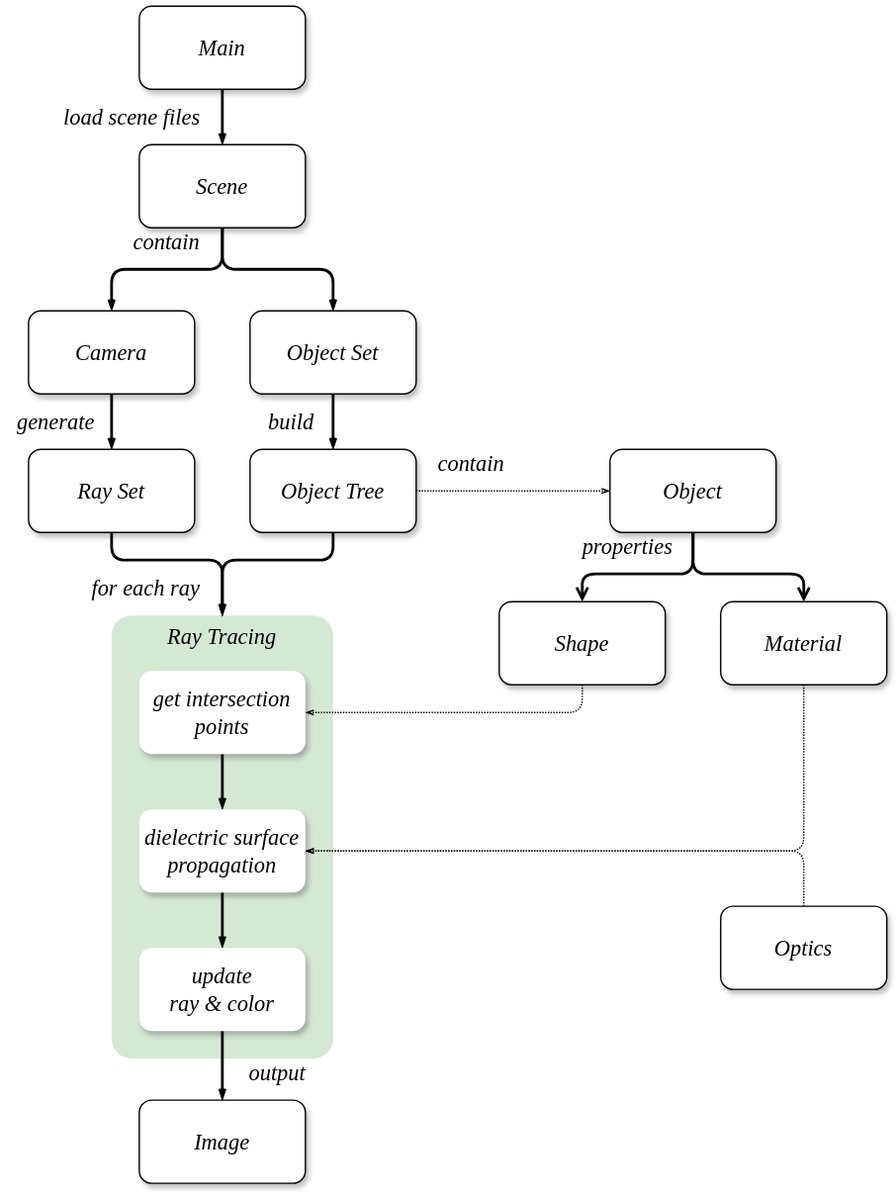
Above: docs/assets/system2.svg in Algo2147483647/Ray (draw.io), before the change. Source tidied: cells renumbered, new cells last; positions are measured from the earlier drawing's top-left corner, leaving out a move shared by most shapes.
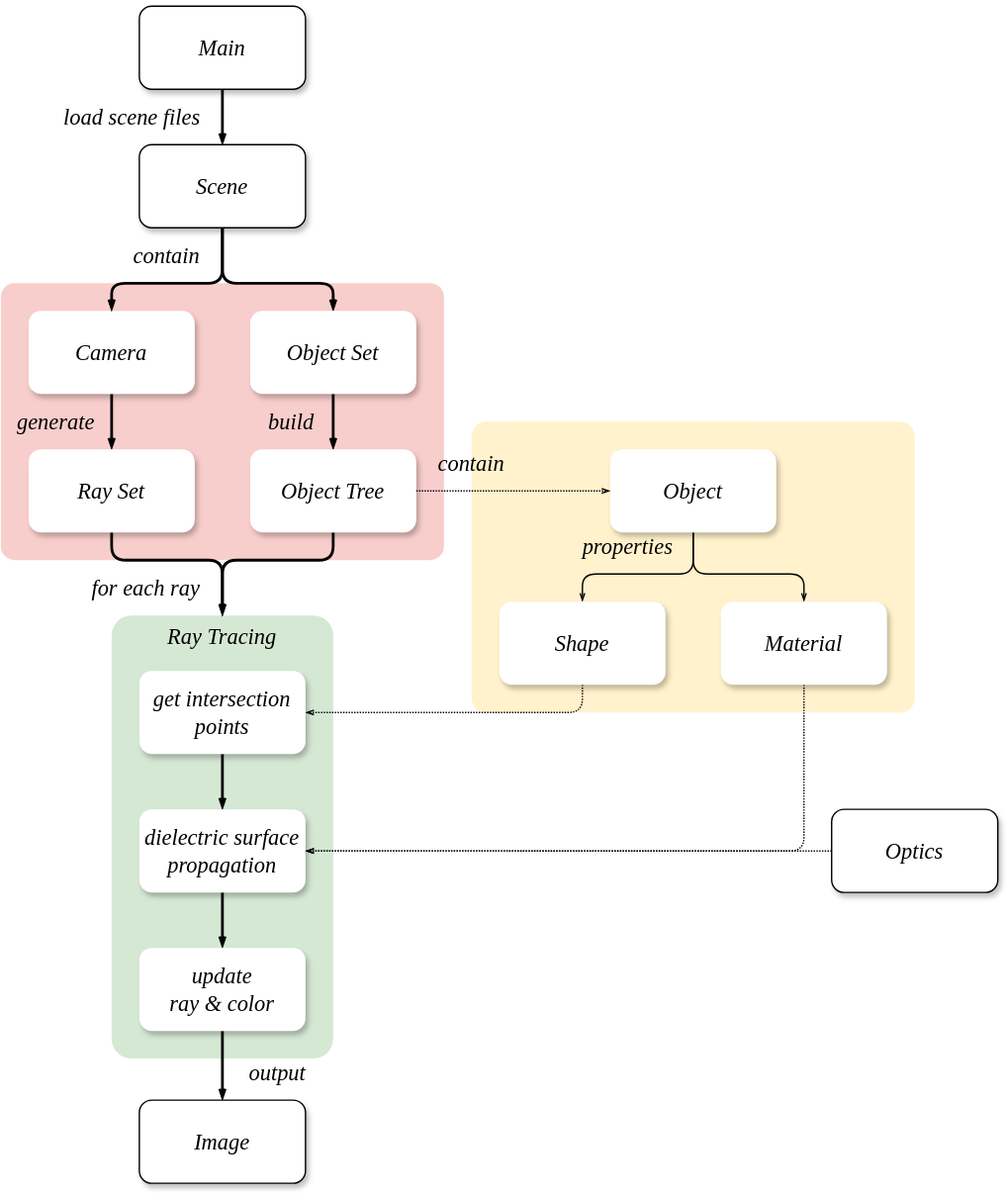
Above is the later version.

Diff of the diagram source:
```diff
@@ -2,10 +2,16 @@
   <root>
     <mxCell id="0" />
     <mxCell id="1" parent="0" />
+    <mxCell id="42" style="rounded=1;whiteSpace=wrap;html=1;strokeWidth=2;fontFamily=Times New Roman;fontStyle=2;fontSize=16;fillColor=#f8cecc;strokeColor=none;arcSize=5;" parent="1" vertex="1">
+      <mxGeometry y="200" width="320" height="200" as="geometry" />
+    </mxCell>
+    <mxCell id="43" style="rounded=1;whiteSpace=wrap;html=1;strokeWidth=2;fontFamily=Times New Roman;fontStyle=2;fontSize=16;fillColor=#fff2cc;strokeColor=none;arcSize=5;" parent="1" vertex="1">
+      <mxGeometry x="340" y="300" width="320" height="210" as="geometry" />
+    </mxCell>
     <mxCell id="2" style="rounded=1;whiteSpace=wrap;html=1;strokeWidth=2;fontFamily=Times New Roman;fontStyle=2;fontSize=16;fillColor=#d5e8d4;strokeColor=none;arcSize=9;" parent="1" vertex="1">
       <mxGeometry x="80" y="440" width="160" height="320" as="geometry" />
     </mxCell>
-    <mxCell id="3" style="edgeStyle=orthogonalEdgeStyle;shape=connector;curved=0;rounded=1;jettySize=auto;html=1;strokeColor=default;strokeWidth=2;align=center;verticalAlign=middle;fontFamily=Helvetica;fontSize=11;fontColor=default;labelBackgroundColor=default;endArrow=open;endFill=0;" parent="1" edge="1" source="5" target="7">
+    <mxCell id="3" style="edgeStyle=orthogonalEdgeStyle;shape=connector;curved=0;rounded=1;jettySize=auto;html=1;strokeColor=default;strokeWidth=1;align=center;verticalAlign=middle;fontFamily=Helvetica;fontSize=11;fontColor=default;labelBackgroundColor=default;endArrow=openThin;endFill=0;endSize=4;" parent="1" edge="1" source="5" target="7">
       <mxGeometry relative="1" as="geometry">
         <Array as="points">
           <mxPoint x="500" y="410" />
@@ -13,7 +19,7 @@
         </Array>
       </mxGeometry>
     </mxCell>
-    <mxCell id="4" style="edgeStyle=orthogonalEdgeStyle;shape=connector;curved=0;rounded=1;jettySize=auto;html=1;strokeColor=default;strokeWidth=2;align=center;verticalAlign=middle;fontFamily=Helvetica;fontSize=11;fontColor=default;labelBackgroundColor=default;endArrow=open;endFill=0;" parent="1" edge="1" source="5" target="10">
+    <mxCell id="4" style="edgeStyle=orthogonalEdgeStyle;shape=connector;curved=0;rounded=1;jettySize=auto;html=1;strokeColor=default;strokeWidth=1;align=center;verticalAlign=middle;fontFamily=Helvetica;fontSize=11;fontColor=default;labelBackgroundColor=default;endArrow=openThin;endFill=0;endSize=4;" parent="1" edge="1" source="5" target="10">
       <mxGeometry relative="1" as="geometry">
         <Array as="points">
           <mxPoint x="500" y="410" />
@@ -21,7 +27,7 @@
         </Array>
       </mxGeometry>
     </mxCell>
-    <mxCell id="5" value="Object" style="rounded=1;whiteSpace=wrap;html=1;strokeWidth=1;fontFamily=Times New Roman;fontStyle=2;fontSize=16;shadow=1;" parent="1" vertex="1">
+    <mxCell id="5" value="Object" style="rounded=1;whiteSpace=wrap;html=1;strokeWidth=1;fontFamily=Times New Roman;fontStyle=2;fontSize=16;shadow=1;strokeColor=none;" parent="1" vertex="1">
       <mxGeometry x="440" y="320" width="120" height="60" as="geometry" />
     </mxCell>
     <mxCell id="6" style="edgeStyle=orthogonalEdgeStyle;shape=connector;curved=0;rounded=1;jettySize=auto;html=1;entryX=1;entryY=0.5;entryDx=0;entryDy=0;strokeColor=default;strokeWidth=1;align=center;verticalAlign=middle;fontFamily=Helvetica;fontSize=11;fontColor=default;labelBackgroundColor=default;endArrow=openThin;endFill=0;dashed=1;dashPattern=1 1;endSize=4;" parent="1" edge="1" source="7" target="29">
@@ -31,7 +37,7 @@
         </Array>
       </mxGeometry>
     </mxCell>
-    <mxCell id="7" value="Material" style="rounded=1;whiteSpace=wrap;html=1;strokeWidth=1;fontFamily=Times New Roman;fontStyle=2;fontSize=16;shadow=1;" parent="1" vertex="1">
+    <mxCell id="7" value="Material" style="rounded=1;whiteSpace=wrap;html=1;strokeWidth=1;fontFamily=Times New Roman;fontStyle=2;fontSize=16;shadow=1;strokeColor=none;" parent="1" vertex="1">
       <mxGeometry x="520" y="430" width="120" height="60" as="geometry" />
     </mxCell>
     <mxCell id="8" value="&lt;span style=&quot;color: rgb(0, 0, 0); font-family: &amp;quot;Times New Roman&amp;quot;; font-size: 16px; font-style: italic; font-variant-ligatures: normal; font-variant-caps: normal; font-weight: 400; letter-spacing: normal; orphans: 2; text-indent: 0px; text-transform: none; widows: 2; word-spacing: 0px; -webkit-text-stroke-width: 0px; white-space: normal; text-decoration-thickness: initial; text-decoration-style: initial; text-decoration-color: initial; float: none; display: inline !important;&quot;&gt;properties&lt;/span&gt;" style="text;whiteSpace=wrap;html=1;fontFamily=Helvetica;fontSize=11;fontColor=default;labelBackgroundColor=none;align=center;verticalAlign=middle;" parent="1" vertex="1">
@@ -44,20 +50,30 @@
         </Array>
       </mxGeometry>
     </mxCell>
-    <mxCell id="10" value="Shape" style="rounded=1;whiteSpace=wrap;html=1;strokeWidth=1;fontFamily=Times New Roman;fontStyle=2;fontSize=16;shadow=1;" parent="1" vertex="1">
+    <mxCell id="10" value="Shape" style="rounded=1;whiteSpace=wrap;html=1;strokeWidth=1;fontFamily=Times New Roman;fontStyle=2;fontSize=16;shadow=1;strokeColor=none;" parent="1" vertex="1">
       <mxGeometry x="360" y="430" width="120" height="60" as="geometry" />
     </mxCell>
     <mxCell id="11" style="edgeStyle=orthogonalEdgeStyle;shape=connector;curved=0;rounded=1;jettySize=auto;html=1;strokeColor=default;strokeWidth=2;align=center;verticalAlign=middle;fontFamily=Helvetica;fontSize=11;fontColor=default;labelBackgroundColor=default;endArrow=openThin;endFill=0;endSize=4;" parent="1" edge="1" source="12" target="19">
       <mxGeometry relative="1" as="geometry" />
     </mxCell>
-    <mxCell id="12" value="Camera" style="rounded=1;whiteSpace=wrap;html=1;strokeWidth=1;fontFamily=Times New Roman;fontStyle=2;fontSize=16;shadow=1;" parent="1" vertex="1">
+    <mxCell id="12" value="Camera" style="rounded=1;whiteSpace=wrap;html=1;strokeWidth=1;fontFamily=Times New Roman;fontStyle=2;fontSize=16;shadow=1;strokeColor=none;" parent="1" vertex="1">
       <mxGeometry x="20" y="220" width="120" height="60" as="geometry" />
     </mxCell>
     <mxCell id="13" style="edgeStyle=orthogonalEdgeStyle;shape=connector;curved=0;rounded=1;jettySize=auto;html=1;strokeColor=default;strokeWidth=2;align=center;verticalAlign=middle;fontFamily=Helvetica;fontSize=11;fontColor=default;labelBackgroundColor=default;endArrow=openThin;endFill=0;endSize=4;" parent="1" edge="1" source="15" target="12">
-      <mxGeometry relative="1" as="geometry" />
+      <mxGeometry relative="1" as="geometry">
+        <Array as="points">
+          <mxPoint x="160" y="200" />
+          <mxPoint x="80" y="200" />
+        </Array>
+      </mxGeometry>
     </mxCell>
     <mxCell id="14" style="edgeStyle=orthogonalEdgeStyle;shape=connector;curved=0;rounded=1;jettySize=auto;html=1;strokeColor=default;strokeWidth=2;align=center;verticalAlign=middle;fontFamily=Helvetica;fontSize=11;fontColor=default;labelBackgroundColor=default;endArrow=openThin;endFill=0;endSize=4;" parent="1" edge="1" source="15" target="17">
-      <mxGeometry relative="1" as="geometry" />
+      <mxGeometry relative="1" as="geometry">
+        <Array as="points">
+          <mxPoint x="160" y="200" />
+          <mxPoint x="240" y="200" />
+        </Array>
+      </mxGeometry>
     </mxCell>
     <mxCell id="15" value="Scene" style="rounded=1;whiteSpace=wrap;html=1;strokeWidth=1;fontFamily=Times New Roman;fontStyle=2;fontSize=16;shadow=1;" parent="1" vertex="1">
       <mxGeometry x="100" y="100" width="120" height="60" as="geometry" />
@@ -65,7 +81,7 @@
     <mxCell id="16" style="edgeStyle=orthogonalEdgeStyle;shape=connector;curved=0;rounded=1;jettySize=auto;html=1;strokeColor=default;strokeWidth=2;align=center;verticalAlign=middle;fontFamily=Helvetica;fontSize=11;fontColor=default;labelBackgroundColor=default;endArrow=openThin;endFill=0;endSize=4;" parent="1" edge="1" source="17" target="23">
       <mxGeometry relative="1" as="geometry" />
     </mxCell>
-    <mxCell id="17" value="Object Set" style="rounded=1;whiteSpace=wrap;html=1;strokeWidth=1;fontFamily=Times New Roman;fontStyle=2;fontSize=16;shadow=1;" parent="1" vertex="1">
+    <mxCell id="17" value="Object Set" style="rounded=1;whiteSpace=wrap;html=1;strokeWidth=1;fontFamily=Times New Roman;fontStyle=2;fontSize=16;shadow=1;strokeColor=none;" parent="1" vertex="1">
       <mxGeometry x="180" y="220" width="120" height="60" as="geometry" />
     </mxCell>
     <mxCell id="18" style="edgeStyle=orthogonalEdgeStyle;shape=connector;curved=0;rounded=1;jettySize=auto;html=1;strokeColor=default;strokeWidth=2;align=center;verticalAlign=middle;fontFamily=Helvetica;fontSize=11;fontColor=default;labelBackgroundColor=default;endArrow=openThin;endFill=0;endSize=4;" parent="1" edge="1" source="19" target="2">
@@ -76,7 +92,7 @@
         </Array>
       </mxGeometry>
     </mxCell>
-    <mxCell id="19" value="Ray Set" style="rounded=1;whiteSpace=wrap;html=1;strokeWidth=1;fontFamily=Times New Roman;fontStyle=2;fontSize=16;shadow=1;" parent="1" vertex="1">
+    <mxCell id="19" value="Ray Set" style="rounded=1;whiteSpace=wrap;html=1;strokeWidth=1;fontFamily=Times New Roman;fontStyle=2;fontSize=16;shadow=1;strokeColor=none;" parent="1" vertex="1">
       <mxGeometry x="20" y="320" width="120" height="60" as="geometry" />
     </mxCell>
     <mxCell id="20" value="&lt;span style=&quot;color: rgb(0, 0, 0); font-family: &amp;quot;Times New Roman&amp;quot;; font-size: 16px; font-style: italic; font-variant-ligatures: normal; font-variant-caps: normal; font-weight: 400; letter-spacing: normal; orphans: 2; text-indent: 0px; text-transform: none; widows: 2; word-spacing: 0px; -webkit-text-stroke-width: 0px; white-space: normal; text-decoration-thickness: initial; text-decoration-style: initial; text-decoration-color: initial; float: none; display: inline !important;&quot;&gt;generate&lt;/span&gt;" style="text;whiteSpace=wrap;html=1;fontFamily=Helvetica;fontSize=11;fontColor=default;labelBackgroundColor=none;align=center;verticalAlign=middle;" parent="1" vertex="1">
@@ -93,7 +109,7 @@
     <mxCell id="22" style="edgeStyle=orthogonalEdgeStyle;shape=connector;curved=0;rounded=1;jettySize=auto;html=1;dashed=1;dashPattern=1 1;strokeColor=default;strokeWidth=1;align=center;verticalAlign=middle;fontFamily=Helvetica;fontSize=11;fontColor=default;labelBackgroundColor=default;endArrow=openThin;endFill=0;endSize=4;" parent="1" edge="1" source="23" target="5">
       <mxGeometry relative="1" as="geometry" />
     </mxCell>
-    <mxCell id="23" value="Object Tree" style="rounded=1;whiteSpace=wrap;html=1;strokeWidth=1;fontFamily=Times New Roman;fontStyle=2;fontSize=16;shadow=1;" parent="1" vertex="1">
+    <mxCell id="23" value="Object Tree" style="rounded=1;whiteSpace=wrap;html=1;strokeWidth=1;fontFamily=Times New Roman;fontStyle=2;fontSize=16;shadow=1;strokeColor=none;" parent="1" vertex="1">
       <mxGeometry x="180" y="320" width="120" height="60" as="geometry" />
     </mxCell>
     <mxCell id="24" value="&lt;span style=&quot;color: rgb(0, 0, 0); font-family: &amp;quot;Times New Roman&amp;quot;; font-size: 16px; font-style: italic; font-variant-ligatures: normal; font-variant-caps: normal; font-weight: 400; letter-spacing: normal; orphans: 2; text-indent: 0px; text-transform: none; widows: 2; word-spacing: 0px; -webkit-text-stroke-width: 0px; white-space: normal; text-decoration-thickness: initial; text-decoration-style: initial; text-decoration-color: initial; float: none; display: inline !important;&quot;&gt;build&lt;/span&gt;" style="text;whiteSpace=wrap;html=1;fontFamily=Helvetica;fontSize=11;fontColor=default;labelBackgroundColor=none;align=center;verticalAlign=middle;" parent="1" vertex="1">
@@ -115,7 +131,7 @@
       <mxGeometry x="100" y="580" width="120" height="60" as="geometry" />
     </mxCell>
     <mxCell id="30" value="&lt;span style=&quot;color: rgb(0, 0, 0); font-family: &amp;quot;Times New Roman&amp;quot;; font-size: 16px; font-style: italic; font-variant-ligatures: normal; font-variant-caps: normal; font-weight: 400; letter-spacing: normal; orphans: 2; text-indent: 0px; text-transform: none; widows: 2; word-spacing: 0px; -webkit-text-stroke-width: 0px; white-space: normal; text-decoration-thickness: initial; text-decoration-style: initial; text-decoration-color: initial; float: none; display: inline !important;&quot;&gt;contain&lt;/span&gt;" style="text;whiteSpace=wrap;html=1;fontFamily=Helvetica;fontSize=11;fontColor=default;labelBackgroundColor=none;align=center;verticalAlign=middle;" parent="1" vertex="1">
-      <mxGeometry x="80" y="150" width="80" height="40" as="geometry" />
+      <mxGeometry x="80" y="160" width="80" height="40" as="geometry" />
     </mxCell>
     <mxCell id="31" value="&lt;span style=&quot;color: rgb(0, 0, 0); font-family: &amp;quot;Times New Roman&amp;quot;; font-size: 16px; font-style: italic; font-variant-ligatures: normal; font-variant-caps: normal; font-weight: 400; letter-spacing: normal; orphans: 2; text-indent: 0px; text-transform: none; widows: 2; word-spacing: 0px; -webkit-text-stroke-width: 0px; white-space: normal; text-decoration-thickness: initial; text-decoration-style: initial; text-decoration-color: initial; float: none; display: inline !important;&quot;&gt;for each ray&lt;/span&gt;" style="text;whiteSpace=wrap;html=1;fontFamily=Helvetica;fontSize=11;fontColor=default;labelBackgroundColor=none;align=center;verticalAlign=middle;" parent="1" vertex="1">
       <mxGeometry x="60" y="400" width="90" height="40" as="geometry" />
@@ -134,7 +150,7 @@
       </mxGeometry>
     </mxCell>
     <mxCell id="35" value="Optics" style="rounded=1;whiteSpace=wrap;html=1;strokeWidth=1;fontFamily=Times New Roman;fontStyle=2;fontSize=16;shadow=1;" parent="1" vertex="1">
-      <mxGeometry x="520" y="650" width="120" height="60" as="geometry" />
+      <mxGeometry x="600" y="580" width="120" height="60" as="geometry" />
     </mxCell>
     <mxCell id="36" style="edgeStyle=orthogonalEdgeStyle;shape=connector;curved=0;rounded=1;jettySize=auto;html=1;strokeColor=default;strokeWidth=2;align=center;verticalAlign=middle;fontFamily=Helvetica;fontSize=11;fontColor=default;labelBackgroundColor=default;endArrow=openThin;endFill=0;endSize=4;" parent="1" edge="1" source="37" target="15">
       <mxGeometry relative="1" as="geometry" />
```
